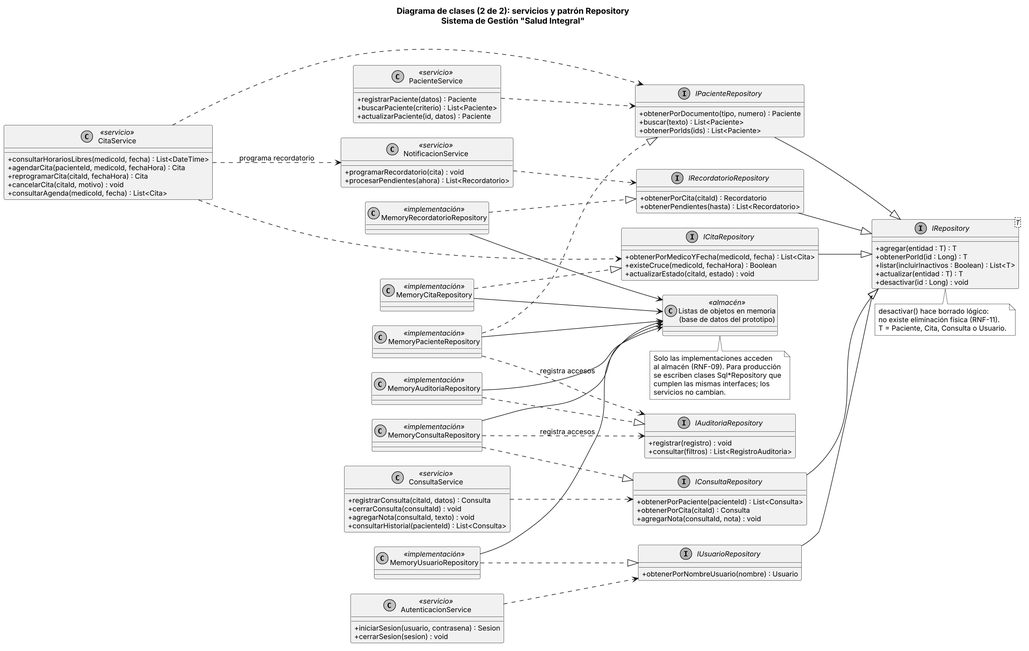
This is docs/uml/img/02b_clases_repository.png from JNACHO2001/consultorio-medico, a PlantUML export, as it was before one commit.
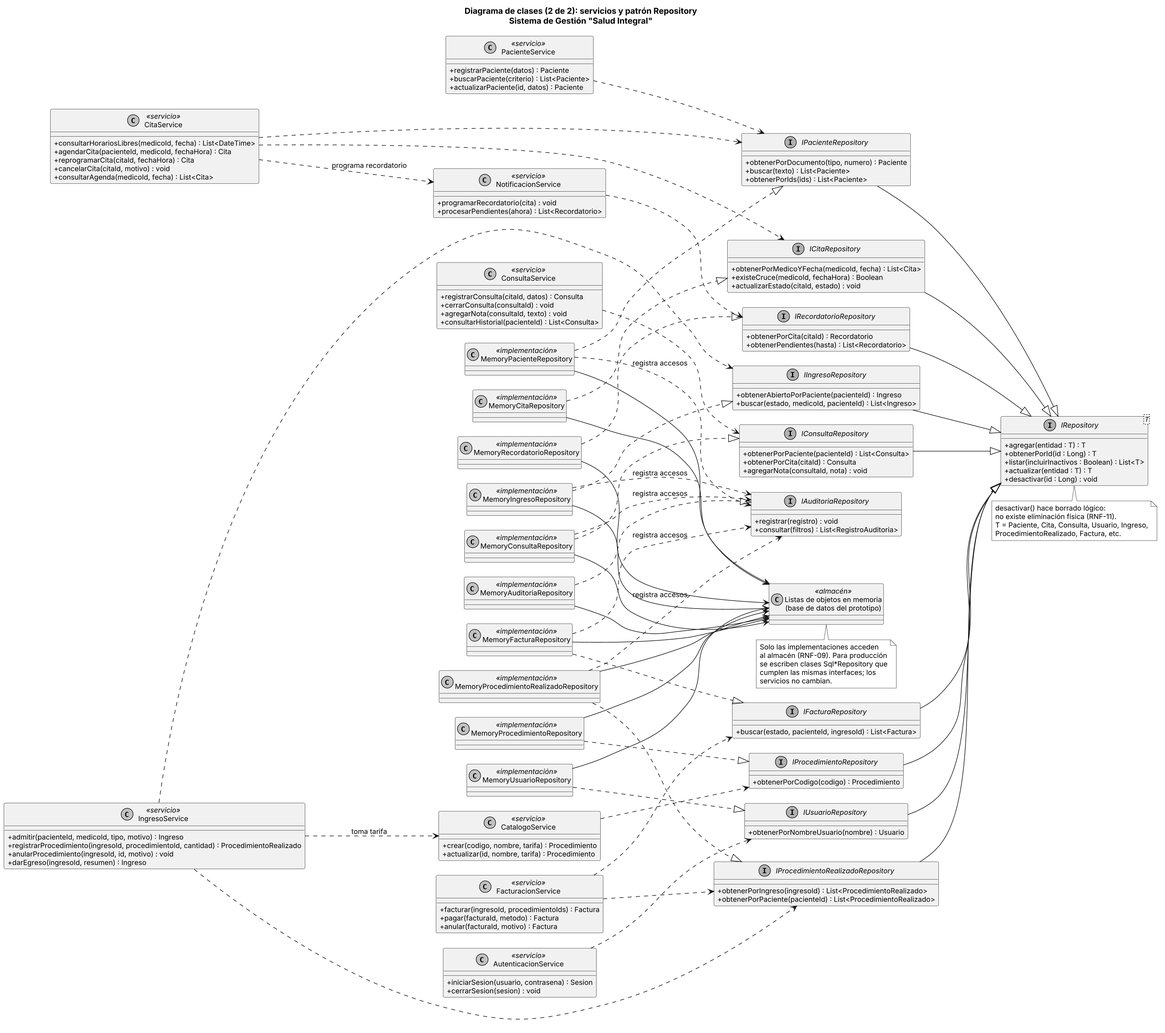
The same diagram one commit later.

Commit message:
docs(uml): imagen PNG de 02b_clases_repository actualizada

Change to the diagram source:
```diff
@@ -32,6 +32,24 @@
   + consultarHistorial(pacienteId) : List<Consulta>
 }
 
+class IngresoService <<servicio>> {
+  + admitir(pacienteId, medicoId, tipo, motivo) : Ingreso
+  + registrarProcedimiento(ingresoId, procedimientoId, cantidad) : ProcedimientoRealizado
+  + anularProcedimiento(ingresoId, id, motivo) : void
+  + darEgreso(ingresoId, resumen) : Ingreso
+}
+
+class FacturacionService <<servicio>> {
+  + facturar(ingresoId, procedimientoIds) : Factura
+  + pagar(facturaId, metodo) : Factura
+  + anular(facturaId, motivo) : Factura
+}
+
+class CatalogoService <<servicio>> {
+  + crear(codigo, nombre, tarifa) : Procedimiento
+  + actualizar(id, nombre, tarifa) : Procedimiento
+}
+
 class NotificacionService <<servicio>> {
   + programarRecordatorio(cita) : void
   + procesarPendientes(ahora) : List<Recordatorio>
@@ -58,6 +76,24 @@
   + obtenerPorPaciente(pacienteId) : List<Consulta>
   + obtenerPorCita(citaId) : Consulta
   + agregarNota(consultaId, nota) : void
+}
+
+interface IIngresoRepository {
+  + obtenerAbiertoPorPaciente(pacienteId) : Ingreso
+  + buscar(estado, medicoId, pacienteId) : List<Ingreso>
+}
+
+interface IProcedimientoRealizadoRepository {
+  + obtenerPorIngreso(ingresoId) : List<ProcedimientoRealizado>
+  + obtenerPorPaciente(pacienteId) : List<ProcedimientoRealizado>
+}
+
+interface IFacturaRepository {
+  + buscar(estado, pacienteId, ingresoId) : List<Factura>
+}
+
+interface IProcedimientoRepository {
+  + obtenerPorCodigo(codigo) : Procedimiento
 }
 
 interface IUsuarioRepository {
@@ -88,6 +124,10 @@
 class MemoryUsuarioRepository <<implementación>>
 class MemoryRecordatorioRepository <<implementación>>
 class MemoryAuditoriaRepository <<implementación>>
+class MemoryIngresoRepository <<implementación>>
+class MemoryProcedimientoRealizadoRepository <<implementación>>
+class MemoryFacturaRepository <<implementación>>
+class MemoryProcedimientoRepository <<implementación>>
 
 class "Listas de objetos en memoria\n(base de datos del prototipo)" as BD <<almacén>>
 
@@ -98,12 +138,22 @@
 AutenticacionService ..> IUsuarioRepository
 NotificacionService ..> IRecordatorioRepository
 CitaService ..> NotificacionService : programa recordatorio
+IngresoService ..> IIngresoRepository
+IngresoService ..> IProcedimientoRealizadoRepository
+IngresoService ..> CatalogoService : toma tarifa
+FacturacionService ..> IFacturaRepository
+FacturacionService ..> IProcedimientoRealizadoRepository
+CatalogoService ..> IProcedimientoRepository
 
 IPacienteRepository --|> IRepository
 ICitaRepository --|> IRepository
 IConsultaRepository --|> IRepository
 IUsuarioRepository --|> IRepository
 IRecordatorioRepository --|> IRepository
+IIngresoRepository --|> IRepository
+IProcedimientoRealizadoRepository --|> IRepository
+IFacturaRepository --|> IRepository
+IProcedimientoRepository --|> IRepository
 
 MemoryPacienteRepository ..|> IPacienteRepository
 MemoryCitaRepository ..|> ICitaRepository
@@ -111,9 +161,16 @@
 MemoryUsuarioRepository ..|> IUsuarioRepository
 MemoryRecordatorioRepository ..|> IRecordatorioRepository
 MemoryAuditoriaRepository ..|> IAuditoriaRepository
+MemoryIngresoRepository ..|> IIngresoRepository
+MemoryProcedimientoRealizadoRepository ..|> IProcedimientoRealizadoRepository
+MemoryFacturaRepository ..|> IFacturaRepository
+MemoryProcedimientoRepository ..|> IProcedimientoRepository
 
 MemoryPacienteRepository ..> IAuditoriaRepository : registra accesos
 MemoryConsultaRepository ..> IAuditoriaRepository : registra accesos
+MemoryIngresoRepository ..> IAuditoriaRepository : registra accesos
+MemoryProcedimientoRealizadoRepository ..> IAuditoriaRepository : registra accesos
+MemoryFacturaRepository ..> IAuditoriaRepository : registra accesos
 
 MemoryPacienteRepository --> BD
 MemoryCitaRepository --> BD
@@ -121,11 +178,16 @@
 MemoryUsuarioRepository --> BD
 MemoryRecordatorioRepository --> BD
 MemoryAuditoriaRepository --> BD
+MemoryIngresoRepository --> BD
+MemoryProcedimientoRealizadoRepository --> BD
+MemoryFacturaRepository --> BD
+MemoryProcedimientoRepository --> BD
 
 note bottom of IRepository
   desactivar() hace borrado lógico:
   no existe eliminación física (RNF-11).
-  T = Paciente, Cita, Consulta o Usuario.
+  T = Paciente, Cita, Consulta, Usuario, Ingreso,
+  ProcedimientoRealizado, Factura, etc.
 end note
 
 note bottom of BD
```
